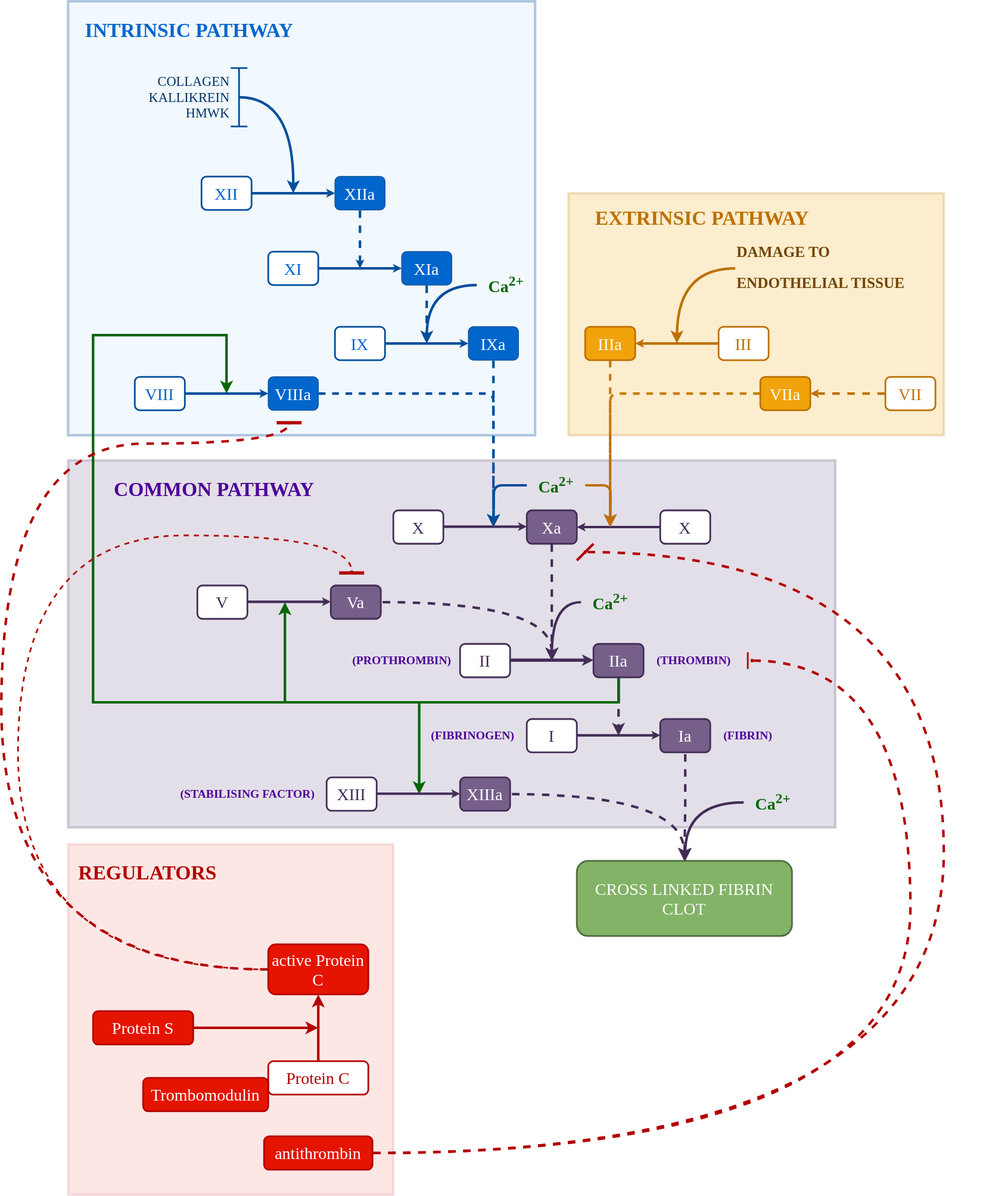
Above: images/APC.drawio.svg in rmvpaeme/stolling (draw.io), before the change. Source tidied: cells renumbered, new cells last; positions are measured from the earlier drawing's top-left corner, leaving out a move shared by most shapes.
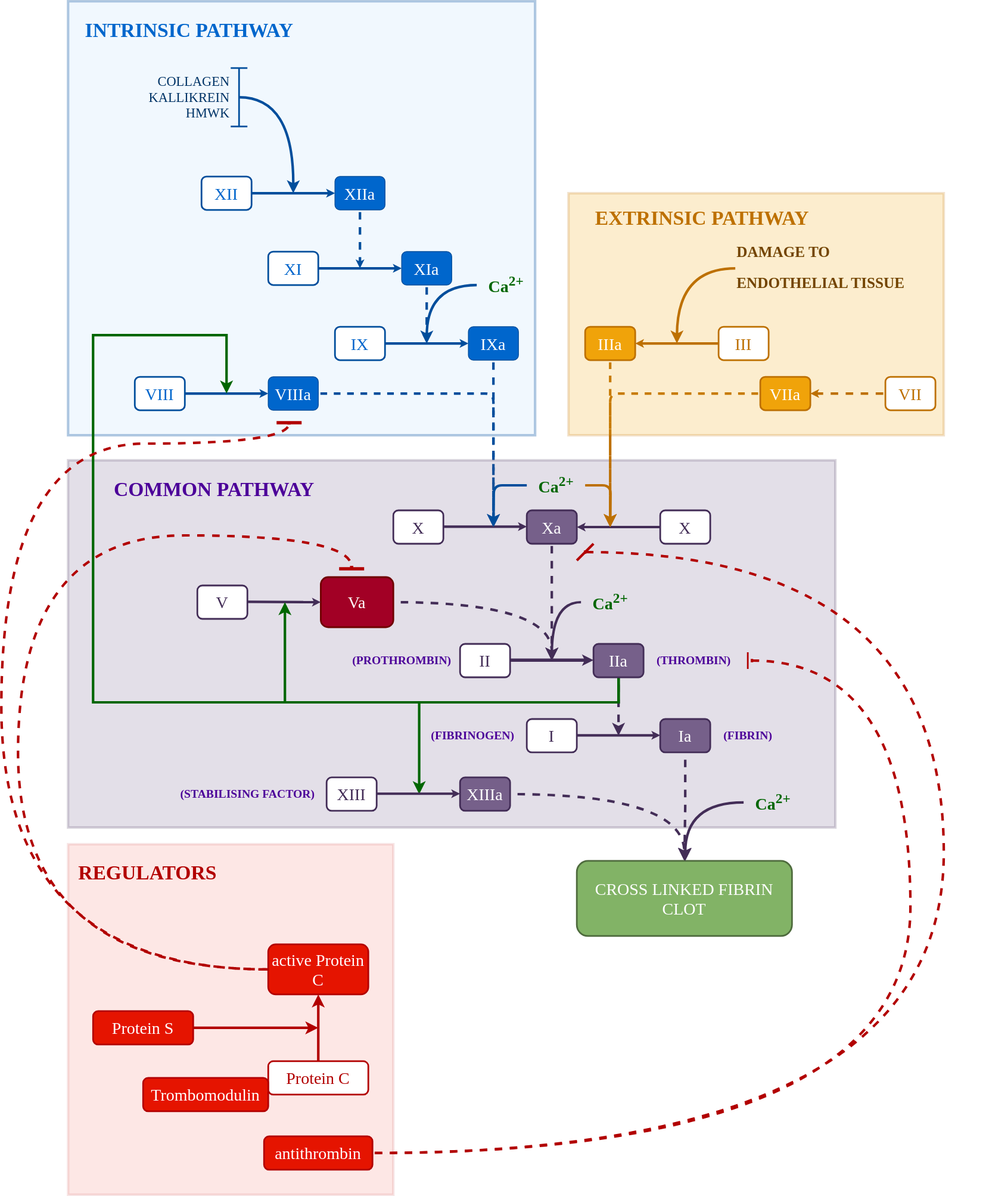
The same diagram one commit later.

The edit, as a diff of the source:
```diff
@@ -118,16 +118,15 @@
         <mxPoint x="660" y="790" as="targetPoint" />
       </mxGeometry>
     </mxCell>
-    <mxCell id="34" value="&lt;font face=&quot;Tahoma&quot;&gt;&lt;span style=&quot;font-size: 20px;&quot;&gt;Va&lt;/span&gt;&lt;/font&gt;" style="rounded=1;whiteSpace=wrap;html=1;fillColor=#76608a;fontColor=#ffffff;strokeColor=#432D57;strokeWidth=2;" parent="1" vertex="1">
-      <mxGeometry x="395" y="700" width="60" height="40" as="geometry" />
+    <mxCell id="34" value="&lt;font face=&quot;Tahoma&quot;&gt;&lt;span style=&quot;font-size: 20px;&quot;&gt;Va&lt;/span&gt;&lt;/font&gt;" style="rounded=1;whiteSpace=wrap;html=1;fillColor=#a20025;fontColor=#ffffff;strokeColor=#6F0000;strokeWidth=2;align=center;verticalAlign=middle;fontFamily=Helvetica;fontSize=12;" parent="1" vertex="1">
+      <mxGeometry x="383" y="690" width="87" height="60" as="geometry" />
     </mxCell>
     <mxCell id="35" value="&lt;font face=&quot;Tahoma&quot;&gt;&lt;span style=&quot;font-size: 20px;&quot;&gt;V&lt;/span&gt;&lt;/font&gt;" style="rounded=1;whiteSpace=wrap;html=1;strokeWidth=2;strokeColor=#432D57;fontColor=#432D57;" parent="1" vertex="1">
       <mxGeometry x="235" y="700" width="60" height="40" as="geometry" />
     </mxCell>
-    <mxCell id="36" style="edgeStyle=orthogonalEdgeStyle;rounded=0;orthogonalLoop=1;jettySize=auto;html=1;strokeWidth=3;strokeColor=#432d57;flowAnimation=0;shadow=0;endSize=1;startSize=1;jumpSize=6;" parent="1" edge="1">
+    <mxCell id="36" style="edgeStyle=orthogonalEdgeStyle;rounded=0;jettySize=auto;html=1;strokeWidth=3;strokeColor=#432d57;flowAnimation=0;shadow=0;endSize=1;startSize=1;jumpSize=6;entryX=0;entryY=0.5;entryDx=0;entryDy=0;" parent="1" edge="1" target="34">
       <mxGeometry relative="1" as="geometry">
         <mxPoint x="295" y="719.5" as="sourcePoint" />
-        <mxPoint x="395" y="719.5" as="targetPoint" />
       </mxGeometry>
     </mxCell>
     <mxCell id="37" style="edgeStyle=orthogonalEdgeStyle;rounded=0;jettySize=auto;html=1;strokeWidth=3;strokeColor=#006600;flowAnimation=0;" parent="1" edge="1" source="41">
@@ -277,7 +276,7 @@
         </Array>
       </mxGeometry>
     </mxCell>
-    <mxCell id="68" style="edgeStyle=orthogonalEdgeStyle;rounded=0;jettySize=auto;html=1;dashed=1;curved=1;strokeWidth=2;strokeColor=#B20000;startSize=0;endSize=0;endArrow=baseDash;endFill=0;flowAnimation=1;flowAnimationTimingFunction=ease-in-out;flowAnimationDirection=alternate-reverse;flowAnimationDuration=300;" parent="1" edge="1" source="69" target="73">
+    <mxCell id="68" style="edgeStyle=orthogonalEdgeStyle;rounded=0;jettySize=auto;html=1;dashed=1;curved=1;strokeWidth=3;strokeColor=#B20000;startSize=0;endSize=0;endArrow=baseDash;endFill=0;flowAnimation=1;flowAnimationTimingFunction=ease-in-out;flowAnimationDirection=alternate-reverse;flowAnimationDuration=300;" parent="1" edge="1" source="69" target="73">
       <mxGeometry relative="1" as="geometry">
         <Array as="points">
           <mxPoint x="20" y="1160" />
@@ -301,7 +300,7 @@
       <mxGeometry x="330" y="500" width="30" height="10" as="geometry" />
     </mxCell>
     <mxCell id="73" style="line;strokeWidth=4;html=1;perimeter=backbonePerimeter;points=[];outlineConnect=0;strokeColor=#B20000;" parent="1" vertex="1">
-      <mxGeometry x="405" y="680" width="30" height="10" as="geometry" />
+      <mxGeometry x="405" y="675" width="30" height="10" as="geometry" />
     </mxCell>
     <mxCell id="74" style="edgeStyle=orthogonalEdgeStyle;rounded=0;jettySize=auto;html=1;dashed=1;endArrow=baseDash;endFill=0;strokeWidth=3;strokeColor=#B20000;curved=1;endSize=0;startSize=0;" parent="1" edge="1" source="78">
       <mxGeometry relative="1" as="geometry">
```
